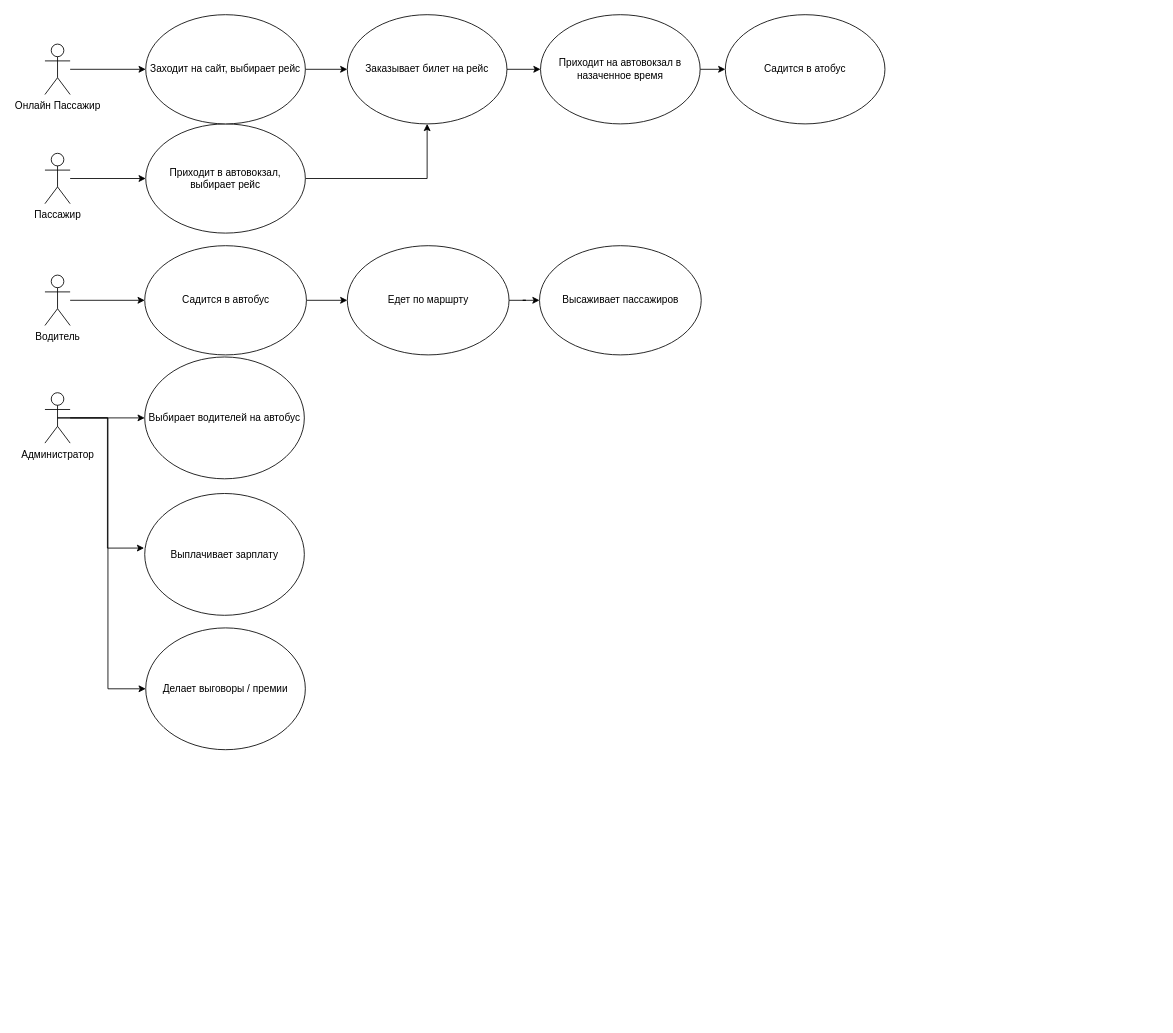
Above: Диаграмма класссааааа без названия.drawio in L0g1sT/Raports.PZ. (draw.io), before the change. Source tidied: cells renumbered, new cells numbered last; positions are measured from the earlier drawing's top-left corner, leaving out a move shared by most shapes. Both pictures are drawn from the tidied source at 84%, with x=0, y=0 at pixel (45, 14).
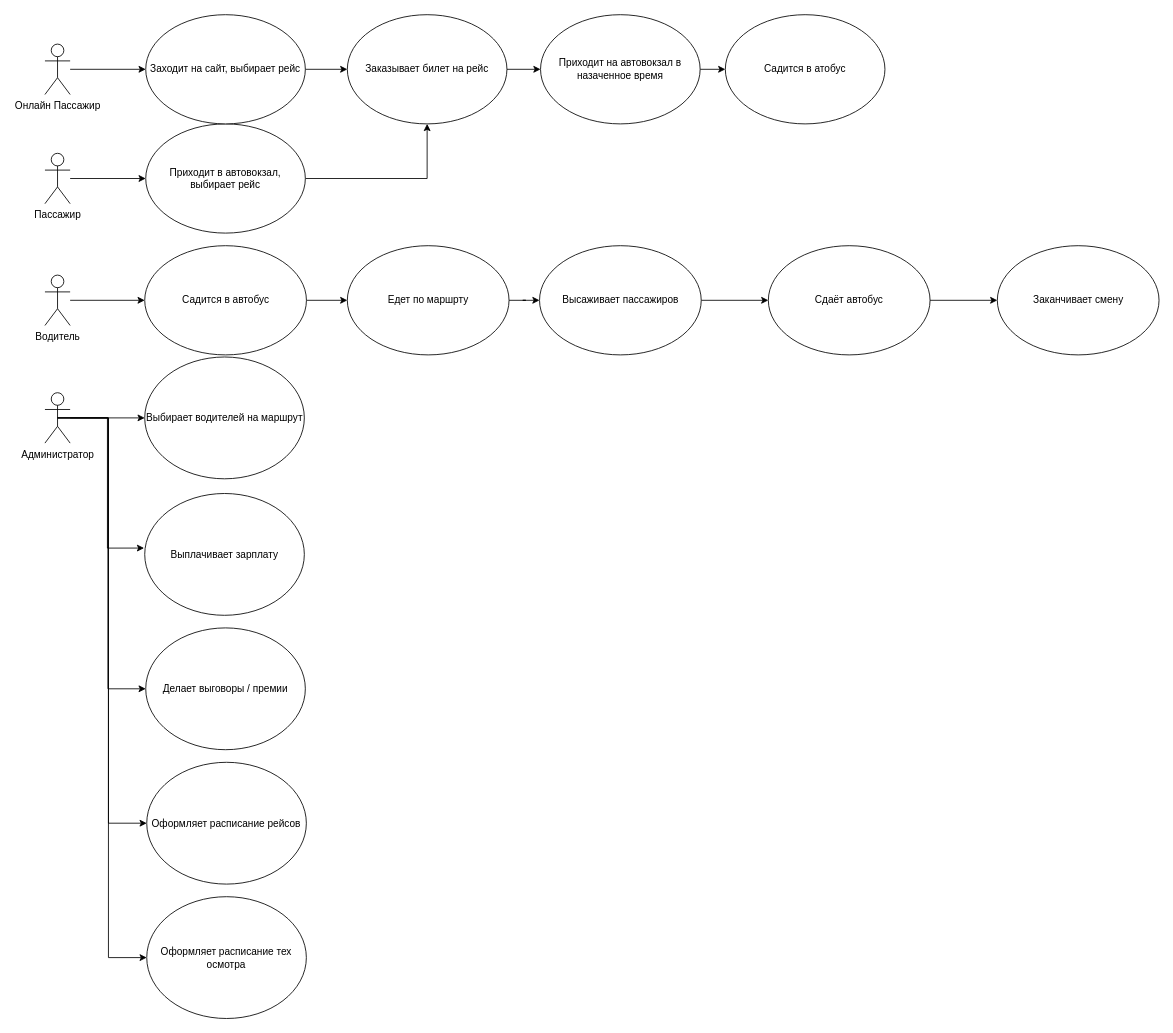
After the change.

The change refers to these unchanged cells:
```xml
<mxCell id="7" value="Администратор" style="shape=umlActor;verticalLabelPosition=bottom;verticalAlign=top;html=1;outlineConnect=0;" parent="1" vertex="1">
  <mxGeometry y="450" width="30" height="60" as="geometry" />
</mxCell>
<mxCell id="25" value="Высаживает пассажиров" style="ellipse;whiteSpace=wrap;html=1;" parent="1" vertex="1">
  <mxGeometry x="588.8" y="275" width="192.5" height="130" as="geometry" />
</mxCell>
```

Change to the diagram source:
```diff
@@
+    <mxCell id="29" style="edgeStyle=orthogonalEdgeStyle;rounded=0;jettySize=auto;html=1;exitX=0.5;exitY=0.5;exitDx=0;exitDy=0;exitPerimeter=0;entryX=0;entryY=0.5;entryDx=0;entryDy=0;" parent="1" edge="1" source="7" target="35">
+      <mxGeometry relative="1" as="geometry" />
+    </mxCell>
+    <mxCell id="30" style="edgeStyle=orthogonalEdgeStyle;rounded=0;jettySize=auto;html=1;exitX=0.5;exitY=0.5;exitDx=0;exitDy=0;exitPerimeter=0;entryX=0;entryY=0.5;entryDx=0;entryDy=0;" parent="1" edge="1" source="7" target="36">
+      <mxGeometry relative="1" as="geometry" />
+    </mxCell>
@@
-    <mxCell id="13" value="Выбирает водителей на автобус" style="ellipse;whiteSpace=wrap;html=1;" parent="1" vertex="1">
+    <mxCell id="13" value="Выбирает водителей на маршрут" style="ellipse;whiteSpace=wrap;html=1;" parent="1" vertex="1">
       <mxGeometry x="118.8" y="407.5" width="190" height="145" as="geometry" />
     </mxCell>
@@
+    <mxCell id="31" style="edgeStyle=orthogonalEdgeStyle;rounded=0;jettySize=auto;html=1;" parent="1" edge="1" source="25" target="33">
+      <mxGeometry relative="1" as="geometry" />
+    </mxCell>
@@
+    <mxCell id="32" style="edgeStyle=orthogonalEdgeStyle;rounded=0;jettySize=auto;html=1;" parent="1" edge="1" source="33" target="34">
+      <mxGeometry relative="1" as="geometry" />
+    </mxCell>
+    <mxCell id="33" value="Сдаёт автобус" style="ellipse;whiteSpace=wrap;html=1;" parent="1" vertex="1">
+      <mxGeometry x="861.2" y="275" width="192.5" height="130" as="geometry" />
+    </mxCell>
+    <mxCell id="34" value="Заканчивает смену" style="ellipse;whiteSpace=wrap;html=1;" parent="1" vertex="1">
+      <mxGeometry x="1133.8" y="275" width="192.5" height="130" as="geometry" />
+    </mxCell>
+    <mxCell id="35" value="Оформляет расписание рейсов" style="ellipse;whiteSpace=wrap;html=1;" parent="1" vertex="1">
+      <mxGeometry x="121.2" y="890" width="190" height="145" as="geometry" />
+    </mxCell>
+    <mxCell id="36" value="Оформляет расписание тех осмотра" style="ellipse;whiteSpace=wrap;html=1;" parent="1" vertex="1">
+      <mxGeometry x="121.2" y="1050" width="190" height="145" as="geometry" />
+    </mxCell>
```
